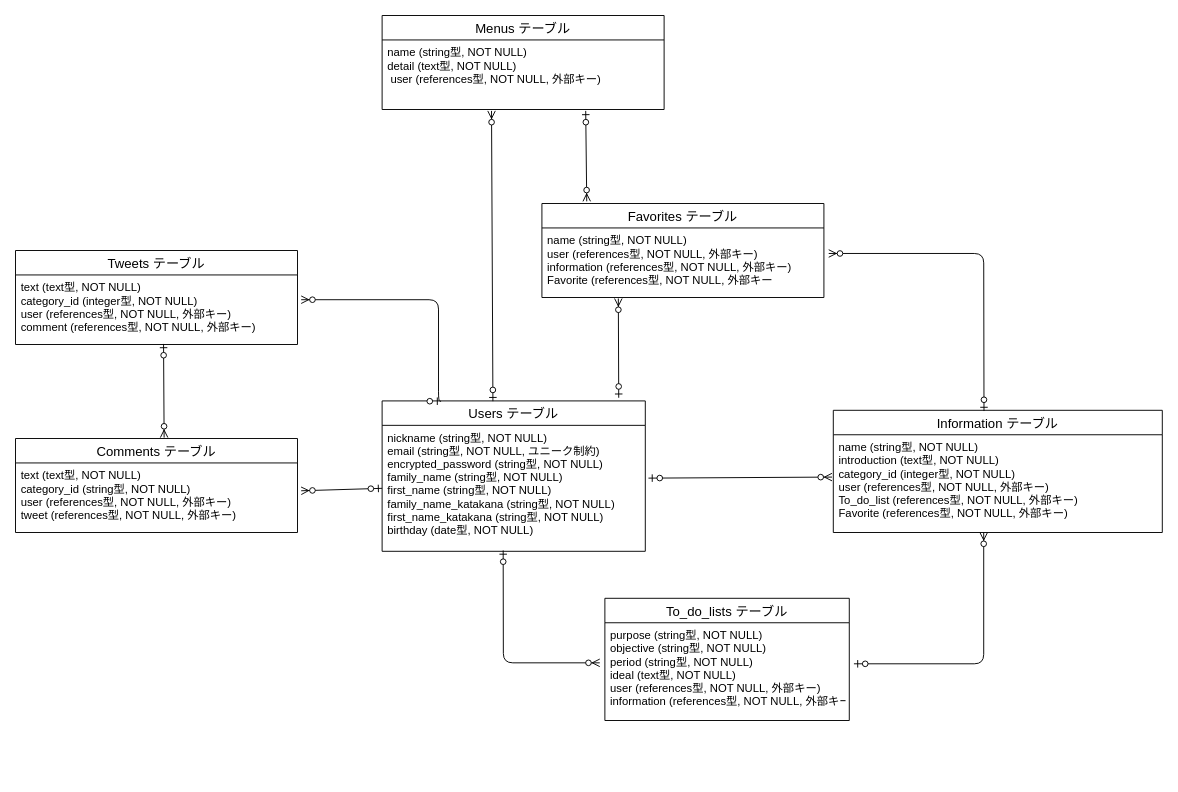
Katsu1001/will keeps this draw.io diagram as will.dio. Above is the earlier version. Source tidied: cells renumbered, new cells numbered last; positions are measured from the earlier drawing's top-left corner, leaving out a move shared by most shapes. Both pictures are drawn from the tidied source at 94%, with x=0, y=0 at pixel (15, 15).
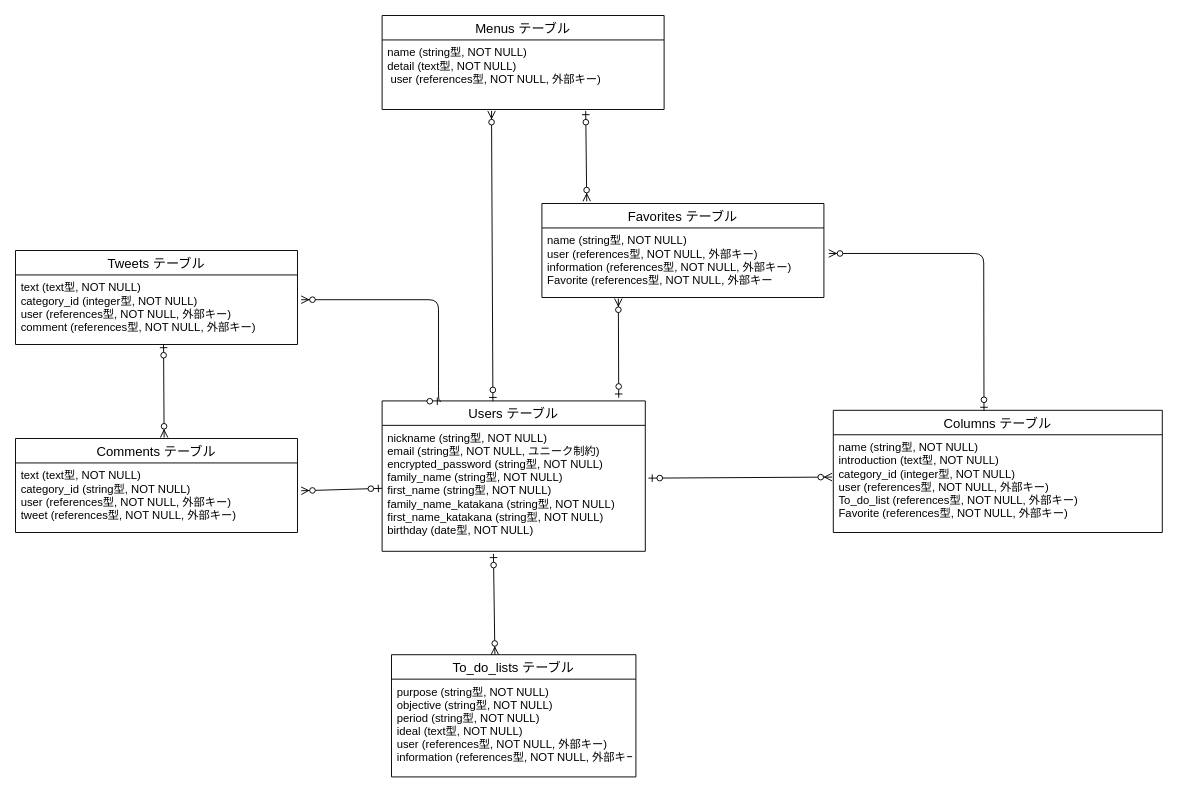
Above is the later version.

Unchanged cells that the change refers to:
```xml
<mxCell id="2" style="group;" parent="1" vertex="1">
  <mxGeometry y="200" width="1220" height="550" as="geometry" />
</mxCell>
<mxCell id="10" value="nickname (string型, NOT NULL)&#10;email (string型, NOT NULL, ユニーク制約)&#10;encrypted_password (string型, NOT NULL)&#10;family_name (string型, NOT NULL)&#10;first_name (string型, NOT NULL)&#10;family_name_katakana (string型, NOT NULL)&#10;first_name_katakana (string型, NOT NULL)&#10;birthday (date型, NOT NULL)" style="text;strokeColor=none;fillColor=none;spacingLeft=4;spacingRight=4;overflow=hidden;points=[[0,0.5],[1,0.5]];portConstraint=eastwest;fontSize=12;" parent="9" vertex="1">
  <mxGeometry y="26" width="280" height="134" as="geometry" />
</mxCell>
<mxCell id="12" value="name (string型, NOT NULL)&#10;introduction (text型, NOT NULL)&#10;category_id (integer型, NOT NULL)&#10;user (references型, NOT NULL, 外部キー)&#10;To_do_list (references型, NOT NULL, 外部キー)&#10;Favorite (references型, NOT NULL, 外部キー)" style="text;strokeColor=none;fillColor=none;spacingLeft=4;spacingRight=4;overflow=hidden;points=[[0,0.5],[1,0.5]];portConstraint=eastwest;fontSize=12;" parent="11" vertex="1">
  <mxGeometry y="26" width="350" height="104" as="geometry" />
</mxCell>
<mxCell id="14" value="purpose (string型, NOT NULL)&#10;objective (string型, NOT NULL)&#10;period (string型, NOT NULL)&#10;ideal (text型, NOT NULL)&#10;user (references型, NOT NULL, 外部キー)&#10;information (references型, NOT NULL, 外部キー)" style="text;strokeColor=none;fillColor=none;spacingLeft=4;spacingRight=4;overflow=hidden;points=[[0,0.5],[1,0.5]];portConstraint=eastwest;fontSize=12;" parent="13" vertex="1">
  <mxGeometry y="26" width="260" height="104" as="geometry" />
</mxCell>
```

What changed in the source:
```diff
@@
-    <mxCell id="11" value="Information テーブル" style="swimlane;fontStyle=0;horizontal=1;startSize=26;align=center;fontSize=14;" parent="2" vertex="1">
+    <mxCell id="11" value="Columns テーブル" style="swimlane;fontStyle=0;horizontal=1;startSize=26;align=center;fontSize=14;" parent="2" vertex="1">
       <mxGeometry x="870" y="220" width="350" height="130" as="geometry" />
     </mxCell>
@@
     <mxCell id="13" value="To_do_lists テーブル" style="swimlane;fontStyle=0;horizontal=1;startSize=26;align=center;fontSize=14;" parent="2" vertex="1">
-      <mxGeometry x="627" y="420" width="260" height="130" as="geometry" />
+      <mxGeometry x="400" y="480" width="260" height="130" as="geometry" />
     </mxCell>
@@
-    <mxCell id="16" style="edgeStyle=elbowEdgeStyle;fontSize=12;html=1;endArrow=ERzeroToMany;startArrow=ERzeroToOne;entryX=-0.021;entryY=0.41;entryDx=0;entryDy=0;entryPerimeter=0;exitX=0.46;exitY=0.993;exitDx=0;exitDy=0;exitPerimeter=0;" parent="2" edge="1" source="10" target="14">
-      <mxGeometry relative="1" as="geometry">
-        <Array as="points">
-          <mxPoint x="519" y="430" />
-          <mxPoint x="519" y="440" />
-          <mxPoint x="520" y="440" />
-          <mxPoint x="490" y="500" />
-        </Array>
-      </mxGeometry>
-    </mxCell>
-    <mxCell id="17" style="edgeStyle=elbowEdgeStyle;fontSize=12;html=1;endArrow=ERzeroToMany;startArrow=ERzeroToOne;exitX=1.019;exitY=0.42;exitDx=0;exitDy=0;exitPerimeter=0;entryX=0.457;entryY=1;entryDx=0;entryDy=0;entryPerimeter=0;" parent="2" edge="1" source="14" target="12">
-      <mxGeometry relative="1" as="geometry">
-        <Array as="points">
-          <mxPoint x="1030" y="430" />
-          <mxPoint x="1030" y="420" />
-          <mxPoint x="1020" y="360" />
-          <mxPoint x="1020" y="420" />
-          <mxPoint x="1079" y="430" />
-          <mxPoint x="930" y="500" />
-          <mxPoint x="1020" y="510" />
-        </Array>
-      </mxGeometry>
-    </mxCell>
@@
+    <mxCell id="27" style="fontSize=12;html=1;endArrow=ERzeroToMany;startArrow=ERzeroToOne;entryX=0.423;entryY=0;entryDx=0;entryDy=0;entryPerimeter=0;exitX=0.423;exitY=1.02;exitDx=0;exitDy=0;exitPerimeter=0;" parent="2" edge="1" source="10" target="13">
+      <mxGeometry relative="1" as="geometry" />
+    </mxCell>
```
